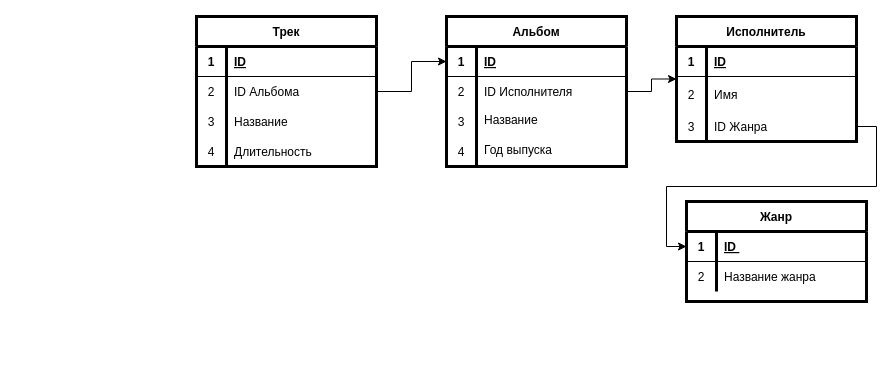
Earlier version of the draw.io diagram Untitled Diagram.drawio (hochu-leto/music-site). Source tidied: cells renumbered, new cells numbered last; positions are measured from the earlier drawing's top-left corner, leaving out a move shared by most shapes. Both pictures are drawn from the tidied source at 100%, with x=0, y=0 at pixel (196, 16).
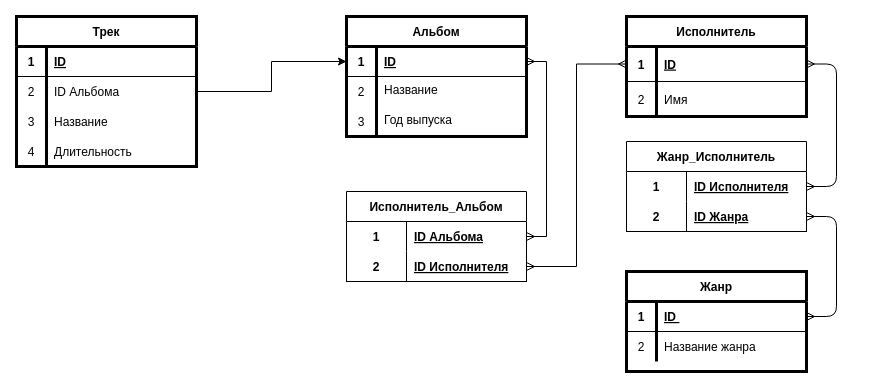
Above is the later version.

Commit message:
Измененная схема музыкального сайта

Unchanged cells that the change refers to:
```xml
<mxCell id="3" style="shape=partialRectangle;fillColor=none;top=0;left=0;bottom=1;right=0;points=[[0,0.5],[1,0.5]];portConstraint=eastwest;" parent="2" vertex="1">
  <mxGeometry y="30" width="180" height="30" as="geometry" />
</mxCell>
<mxCell id="41" style="shape=partialRectangle;fillColor=none;top=0;left=0;bottom=1;right=0;points=[[0,0.5],[1,0.5]];portConstraint=eastwest;" parent="40" vertex="1">
  <mxGeometry y="30" width="180" height="30" as="geometry" />
</mxCell>
```

What changed in the source:
```diff
@@
     <mxCell id="2" value="Альбом" style="shape=table;startSize=30;childLayout=tableLayout;rowLines=0;fontStyle=1;align=center;strokeWidth=3;fillColor=none;" parent="1" vertex="1">
-      <mxGeometry x="250" width="180" height="150" as="geometry" />
+      <mxGeometry x="150" width="180" height="120" as="geometry" />
     </mxCell>
@@
-    <mxCell id="6" style="shape=partialRectangle;fillColor=none;top=0;left=0;bottom=0;right=0;points=[[0,0.5],[1,0.5]];portConstraint=eastwest;" parent="2" vertex="1">
-      <mxGeometry y="60" width="180" height="30" as="geometry" />
-    </mxCell>
-    <mxCell id="7" value="2" style="shape=partialRectangle;fillColor=none;top=0;left=0;bottom=0;right=0;overflow=hidden;" parent="6" vertex="1">
-      <mxGeometry width="30" height="30" as="geometry" />
-    </mxCell>
-    <mxCell id="8" value="ID Исполнителя" style="shape=partialRectangle;fillColor=none;top=0;left=0;bottom=0;right=0;align=left;spacingLeft=6;overflow=hidden;" parent="6" vertex="1">
-      <mxGeometry x="30" width="150" height="30" as="geometry" />
-    </mxCell>
     <mxCell id="9" style="shape=partialRectangle;fillColor=none;top=0;left=0;bottom=0;right=0;" parent="2" vertex="1">
-      <mxGeometry y="90" width="180" height="30" as="geometry" />
+      <mxGeometry y="60" width="180" height="30" as="geometry" />
     </mxCell>
-    <mxCell id="10" value="3" style="shape=partialRectangle;fillColor=none;top=0;left=0;bottom=0;right=0;overflow=hidden;" parent="9" vertex="1">
+    <mxCell id="10" value="2" style="shape=partialRectangle;fillColor=none;top=0;left=0;bottom=0;right=0;overflow=hidden;" parent="9" vertex="1">
       <mxGeometry width="30" height="30" as="geometry" />
     </mxCell>
@@
     <mxCell id="12" style="shape=partialRectangle;fillColor=none;top=0;left=0;bottom=0;right=0;" parent="2" vertex="1">
-      <mxGeometry y="120" width="180" height="30" as="geometry" />
+      <mxGeometry y="90" width="180" height="30" as="geometry" />
     </mxCell>
-    <mxCell id="13" value="4" style="shape=partialRectangle;fillColor=none;top=0;left=0;bottom=0;right=0;overflow=hidden;" parent="12" vertex="1">
+    <mxCell id="13" value="3" style="shape=partialRectangle;fillColor=none;top=0;left=0;bottom=0;right=0;overflow=hidden;" parent="12" vertex="1">
       <mxGeometry width="30" height="30" as="geometry" />
     </mxCell>
@@
     <mxCell id="15" value="Исполнитель" style="shape=table;startSize=30;childLayout=tableLayout;rowLines=0;fontStyle=1;align=center;strokeWidth=3;fillColor=none;labelBorderColor=none;" parent="1" vertex="1">
-      <mxGeometry x="480" width="180" height="125" as="geometry" />
+      <mxGeometry x="430" width="180" height="100" as="geometry" />
     </mxCell>
     <mxCell id="16" style="shape=partialRectangle;fillColor=none;top=0;left=0;bottom=1;right=0;points=[[0,0.5],[1,0.5]];portConstraint=eastwest;" parent="15" vertex="1">
-      <mxGeometry y="30" width="180" height="30" as="geometry" />
+      <mxGeometry y="30" width="180" height="35" as="geometry" />
     </mxCell>
     <mxCell id="17" value="1" style="shape=partialRectangle;fillColor=none;top=0;left=0;bottom=0;right=0;fontStyle=1;overflow=hidden;" parent="16" vertex="1">
-      <mxGeometry width="30" height="30" as="geometry" />
+      <mxGeometry width="30" height="35" as="geometry" />
     </mxCell>
     <mxCell id="18" value="ID" style="shape=partialRectangle;fillColor=none;top=0;left=0;bottom=0;right=0;align=left;spacingLeft=6;fontStyle=5;overflow=hidden;" parent="16" vertex="1">
-      <mxGeometry x="30" width="150" height="30" as="geometry" />
+      <mxGeometry x="30" width="150" height="35" as="geometry" />
     </mxCell>
     <mxCell id="19" style="shape=partialRectangle;fillColor=none;top=0;left=0;bottom=0;right=0;" parent="15" vertex="1">
-      <mxGeometry y="60" width="180" height="35" as="geometry" />
+      <mxGeometry y="65" width="180" height="35" as="geometry" />
     </mxCell>
@@
-    <mxCell id="22" style="shape=partialRectangle;fillColor=none;top=0;left=0;bottom=0;right=0;points=[[0,0.5],[1,0.5]];portConstraint=eastwest;" parent="15" vertex="1">
-      <mxGeometry y="95" width="180" height="30" as="geometry" />
-    </mxCell>
-    <mxCell id="23" value="3" style="shape=partialRectangle;fillColor=none;top=0;left=0;bottom=0;right=0;overflow=hidden;" parent="22" vertex="1">
-      <mxGeometry width="30" height="30" as="geometry" />
-    </mxCell>
-    <mxCell id="24" value="ID Жанра" style="shape=partialRectangle;fillColor=none;top=0;left=0;bottom=0;right=0;align=left;spacingLeft=6;overflow=hidden;" parent="22" vertex="1">
-      <mxGeometry x="30" width="150" height="30" as="geometry" />
-    </mxCell>
-    <mxCell id="25" style="edgeStyle=orthogonalEdgeStyle;rounded=0;jettySize=auto;html=1;exitX=1;exitY=0.5;exitDx=0;exitDy=0;entryX=0;entryY=0.5;entryDx=0;entryDy=0;" parent="1" edge="1" source="6" target="15">
-      <mxGeometry relative="1" as="geometry" />
-    </mxCell>
@@
     <mxCell id="27" value="Трек" style="shape=table;startSize=30;childLayout=tableLayout;rowLines=0;fontStyle=1;align=center;strokeWidth=3;fillColor=none;" parent="1" vertex="1">
-      <mxGeometry width="180" height="150" as="geometry" />
+      <mxGeometry x="-180" width="180" height="150" as="geometry" />
     </mxCell>
@@
     <mxCell id="40" value="Жанр" style="shape=table;startSize=30;childLayout=tableLayout;rowLines=0;fontStyle=1;align=center;strokeWidth=3;fillColor=none;" parent="1" vertex="1">
-      <mxGeometry x="490" y="185" width="180" height="100" as="geometry" />
+      <mxGeometry x="430" y="255" width="180" height="100" as="geometry" />
     </mxCell>
@@
-    <mxCell id="47" style="edgeStyle=orthogonalEdgeStyle;rounded=0;jettySize=auto;html=1;exitX=1;exitY=0.5;exitDx=0;exitDy=0;entryX=0;entryY=0.5;entryDx=0;entryDy=0;" parent="1" edge="1" source="22" target="41">
-      <mxGeometry relative="1" as="geometry" />
-    </mxCell>
+    <mxCell id="48" value="Жанр_Исполнитель" style="shape=table;startSize=30;childLayout=tableLayout;rowLines=0;fontStyle=1;align=center;" parent="1" vertex="1">
+      <mxGeometry x="430" y="125" width="180" height="90" as="geometry" />
+    </mxCell>
+    <mxCell id="49" style="shape=partialRectangle;fillColor=none;top=0;left=0;bottom=0;right=0;points=[[0,0.5],[1,0.5]];portConstraint=eastwest;" parent="48" vertex="1">
+      <mxGeometry y="30" width="180" height="30" as="geometry" />
+    </mxCell>
+    <mxCell id="50" value="1" style="shape=partialRectangle;fillColor=none;top=0;left=0;bottom=0;right=0;fontStyle=1;overflow=hidden;" parent="49" vertex="1">
+      <mxGeometry width="60" height="30" as="geometry" />
+    </mxCell>
+    <mxCell id="51" value="ID Исполнителя" style="shape=partialRectangle;fillColor=none;top=0;left=0;bottom=0;right=0;align=left;spacingLeft=6;fontStyle=5;overflow=hidden;" parent="49" vertex="1">
+      <mxGeometry x="60" width="120" height="30" as="geometry" />
+    </mxCell>
+    <mxCell id="52" style="shape=partialRectangle;fillColor=none;top=0;left=0;bottom=1;right=0;points=[[0,0.5],[1,0.5]];portConstraint=eastwest;" parent="48" vertex="1">
+      <mxGeometry y="60" width="180" height="30" as="geometry" />
+    </mxCell>
+    <mxCell id="53" value="2" style="shape=partialRectangle;fillColor=none;top=0;left=0;bottom=0;right=0;fontStyle=1;overflow=hidden;" parent="52" vertex="1">
+      <mxGeometry width="60" height="30" as="geometry" />
+    </mxCell>
+    <mxCell id="24" value="ID Жанра" style="shape=partialRectangle;fillColor=none;top=0;left=0;bottom=0;right=0;align=left;spacingLeft=6;fontStyle=5;overflow=hidden;" parent="52" vertex="1">
+      <mxGeometry x="60" width="120" height="30" as="geometry" />
+    </mxCell>
+    <mxCell id="54" value="Исполнитель_Альбом" style="shape=table;startSize=30;childLayout=tableLayout;rowLines=0;fontStyle=1;align=center;" parent="1" vertex="1">
+      <mxGeometry x="150" y="175" width="180" height="90" as="geometry" />
+    </mxCell>
+    <mxCell id="55" style="shape=partialRectangle;fillColor=none;top=0;left=0;bottom=0;right=0;points=[[0,0.5],[1,0.5]];portConstraint=eastwest;" parent="54" vertex="1">
+      <mxGeometry y="30" width="180" height="30" as="geometry" />
+    </mxCell>
+    <mxCell id="56" value="1" style="shape=partialRectangle;fillColor=none;top=0;left=0;bottom=0;right=0;fontStyle=1;overflow=hidden;" parent="55" vertex="1">
+      <mxGeometry width="60" height="30" as="geometry" />
+    </mxCell>
+    <mxCell id="57" value="ID Альбома" style="shape=partialRectangle;fillColor=none;top=0;left=0;bottom=0;right=0;align=left;spacingLeft=6;fontStyle=5;overflow=hidden;" parent="55" vertex="1">
+      <mxGeometry x="60" width="120" height="30" as="geometry" />
+    </mxCell>
+    <mxCell id="58" style="shape=partialRectangle;fillColor=none;top=0;left=0;bottom=1;right=0;points=[[0,0.5],[1,0.5]];portConstraint=eastwest;" parent="54" vertex="1">
+      <mxGeometry y="60" width="180" height="30" as="geometry" />
+    </mxCell>
+    <mxCell id="59" value="2" style="shape=partialRectangle;fillColor=none;top=0;left=0;bottom=0;right=0;fontStyle=1;overflow=hidden;" parent="58" vertex="1">
+      <mxGeometry width="60" height="30" as="geometry" />
+    </mxCell>
+    <mxCell id="60" value="ID Исполнителя" style="shape=partialRectangle;fillColor=none;top=0;left=0;bottom=0;right=0;align=left;spacingLeft=6;fontStyle=5;overflow=hidden;" parent="58" vertex="1">
+      <mxGeometry x="60" width="120" height="30" as="geometry" />
+    </mxCell>
+    <mxCell id="61" style="edgeStyle=entityRelationEdgeStyle;fontSize=12;html=1;endArrow=ERmany;endFill=0;startArrow=ERmany;entryX=1;entryY=0.5;entryDx=0;entryDy=0;exitX=1;exitY=0.5;exitDx=0;exitDy=0;startFill=0;" parent="1" edge="1" source="49" target="16">
+      <mxGeometry relative="1" as="geometry" />
+    </mxCell>
+    <mxCell id="62" style="edgeStyle=entityRelationEdgeStyle;fontSize=12;html=1;endArrow=ERmany;startArrow=ERmany;entryX=1;entryY=0.5;entryDx=0;entryDy=0;exitX=1;exitY=0.5;exitDx=0;exitDy=0;" parent="1" edge="1" source="41" target="52">
+      <mxGeometry relative="1" as="geometry" />
+    </mxCell>
+    <mxCell id="63" style="edgeStyle=orthogonalEdgeStyle;rounded=0;jettySize=auto;html=1;exitX=0;exitY=0.5;exitDx=0;exitDy=0;entryX=1;entryY=0.5;entryDx=0;entryDy=0;startArrow=ERmany;startFill=0;endArrow=ERmany;endFill=0;" parent="1" edge="1" source="16" target="58">
+      <mxGeometry relative="1" as="geometry" />
+    </mxCell>
+    <mxCell id="64" style="edgeStyle=orthogonalEdgeStyle;rounded=0;jettySize=auto;html=1;exitX=1;exitY=0.5;exitDx=0;exitDy=0;entryX=1;entryY=0.5;entryDx=0;entryDy=0;startArrow=ERmany;startFill=0;endArrow=ERmany;endFill=0;" parent="1" edge="1" source="55" target="3">
+      <mxGeometry relative="1" as="geometry" />
+    </mxCell>
```
